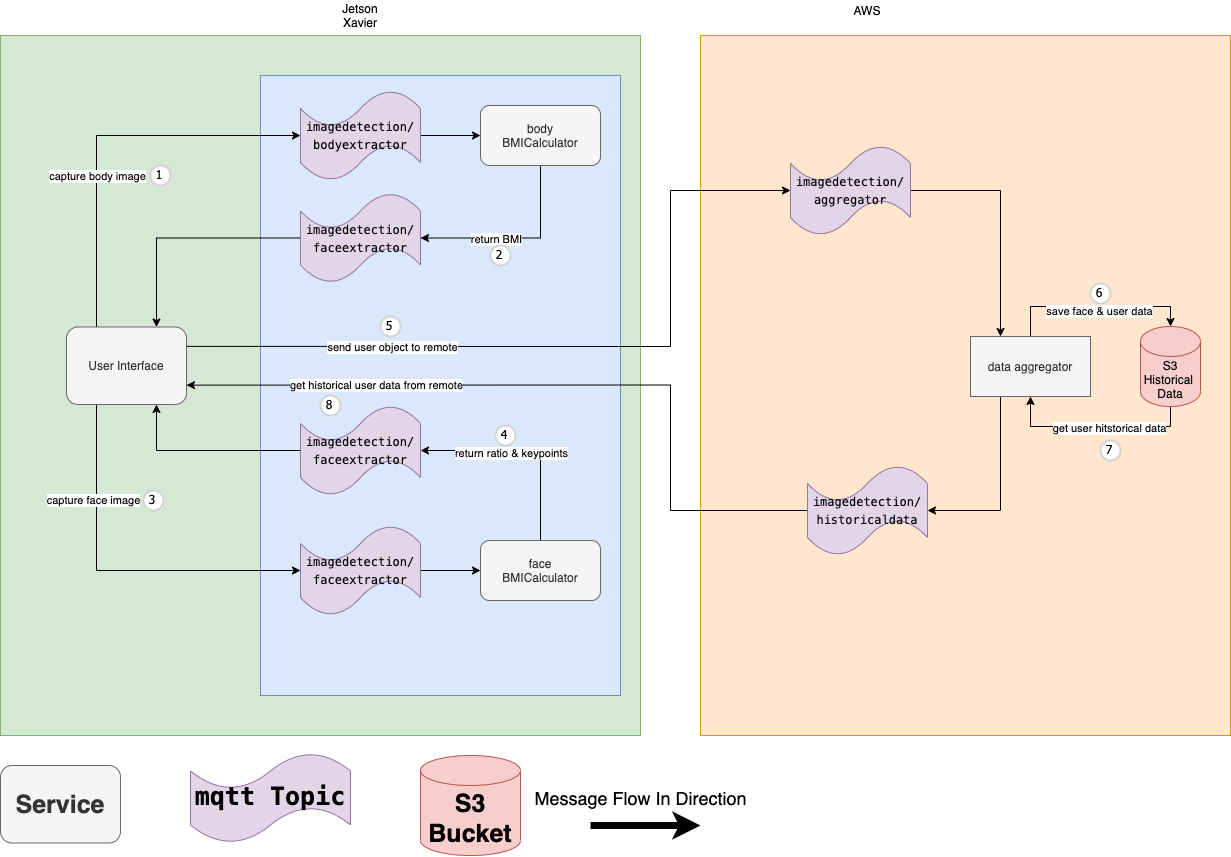
This is project_onboard/archtecture-digram.png from jheissb/W251---Final-project-Weight-watchers, a draw.io export, as it was before one commit. Source tidied: cells renumbered, new cells last; positions are measured from the earlier drawing's top-left corner, leaving out a move shared by most shapes.
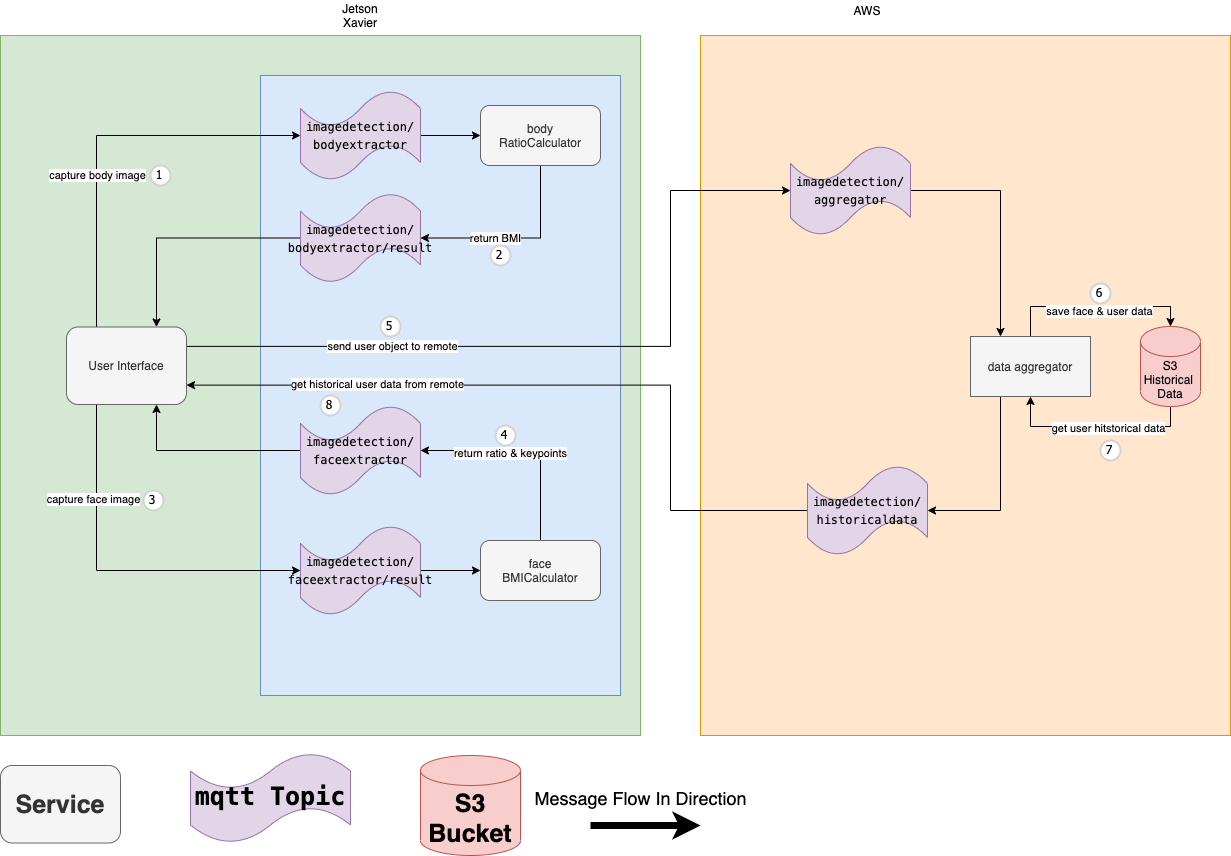
The same diagram one commit later.

Commit message:
update architecture diagram

Change to the diagram source:
```diff
@@ -51,7 +51,7 @@
     <mxCell id="15" value="return BMI" style="edgeLabel;html=1;align=center;verticalAlign=middle;" parent="14" vertex="1">
       <mxGeometry x="0.22" relative="1" as="geometry" />
     </mxCell>
-    <mxCell id="16" value="body&lt;br&gt;BMICalculator" style="rounded=1;whiteSpace=wrap;html=1;fillColor=#f5f5f5;strokeColor=#666666;fontColor=#333333;" parent="1" vertex="1">
+    <mxCell id="16" value="body&lt;br&gt;RatioCalculator" style="rounded=1;whiteSpace=wrap;html=1;fillColor=#f5f5f5;strokeColor=#666666;fontColor=#333333;" parent="1" vertex="1">
       <mxGeometry x="480" y="105" width="120" height="60" as="geometry" />
     </mxCell>
     <mxCell id="17" style="edgeStyle=orthogonalEdgeStyle;rounded=0;jettySize=auto;html=1;exitX=0.5;exitY=0;exitDx=0;exitDy=0;entryX=1;entryY=0.5;entryDx=0;entryDy=0;entryPerimeter=0;" parent="1" edge="1" source="19" target="37">
@@ -86,7 +86,7 @@
     <mxCell id="26" style="edgeStyle=orthogonalEdgeStyle;rounded=0;jettySize=auto;html=1;exitX=1;exitY=0.5;exitDx=0;exitDy=0;exitPerimeter=0;entryX=0;entryY=0.5;entryDx=0;entryDy=0;" parent="1" edge="1" source="27" target="19">
       <mxGeometry relative="1" as="geometry" />
     </mxCell>
-    <mxCell id="27" value="&lt;div style=&quot;font-family: &amp;#34;menlo&amp;#34; , &amp;#34;monaco&amp;#34; , &amp;#34;courier new&amp;#34; , monospace ; line-height: 18px&quot;&gt;imagedetection/&lt;/div&gt;&lt;div style=&quot;font-family: &amp;#34;menlo&amp;#34; , &amp;#34;monaco&amp;#34; , &amp;#34;courier new&amp;#34; , monospace ; line-height: 18px&quot;&gt;faceextractor&lt;/div&gt;" style="shape=tape;whiteSpace=wrap;html=1;fillColor=#e1d5e7;strokeColor=#9673a6;" parent="1" vertex="1">
+    <mxCell id="27" value="&lt;div style=&quot;font-family: &amp;#34;menlo&amp;#34; , &amp;#34;monaco&amp;#34; , &amp;#34;courier new&amp;#34; , monospace ; line-height: 18px&quot;&gt;imagedetection/&lt;/div&gt;&lt;div style=&quot;font-family: &amp;#34;menlo&amp;#34; , &amp;#34;monaco&amp;#34; , &amp;#34;courier new&amp;#34; , monospace ; line-height: 18px&quot;&gt;faceextractor/result&lt;/div&gt;" style="shape=tape;whiteSpace=wrap;html=1;fillColor=#e1d5e7;strokeColor=#9673a6;" parent="1" vertex="1">
       <mxGeometry x="300" y="525" width="120" height="90" as="geometry" />
     </mxCell>
     <mxCell id="28" style="edgeStyle=orthogonalEdgeStyle;rounded=0;jettySize=auto;html=1;exitX=1;exitY=0.5;exitDx=0;exitDy=0;exitPerimeter=0;entryX=0.25;entryY=0;entryDx=0;entryDy=0;" parent="1" edge="1" source="29" target="23">
@@ -127,7 +127,7 @@
     <mxCell id="38" style="edgeStyle=orthogonalEdgeStyle;rounded=0;jettySize=auto;html=1;exitX=0;exitY=0.5;exitDx=0;exitDy=0;exitPerimeter=0;entryX=0.75;entryY=0;entryDx=0;entryDy=0;" parent="1" edge="1" source="39" target="13">
       <mxGeometry relative="1" as="geometry" />
     </mxCell>
-    <mxCell id="39" value="&lt;div style=&quot;font-family: &amp;#34;menlo&amp;#34; , &amp;#34;monaco&amp;#34; , &amp;#34;courier new&amp;#34; , monospace ; line-height: 18px&quot;&gt;imagedetection/&lt;/div&gt;&lt;div style=&quot;font-family: &amp;#34;menlo&amp;#34; , &amp;#34;monaco&amp;#34; , &amp;#34;courier new&amp;#34; , monospace ; line-height: 18px&quot;&gt;faceextractor&lt;/div&gt;" style="shape=tape;whiteSpace=wrap;html=1;fillColor=#e1d5e7;strokeColor=#9673a6;" parent="1" vertex="1">
+    <mxCell id="39" value="&lt;div style=&quot;font-family: &amp;#34;menlo&amp;#34; , &amp;#34;monaco&amp;#34; , &amp;#34;courier new&amp;#34; , monospace ; line-height: 18px&quot;&gt;imagedetection/&lt;/div&gt;&lt;div style=&quot;font-family: &amp;#34;menlo&amp;#34; , &amp;#34;monaco&amp;#34; , &amp;#34;courier new&amp;#34; , monospace ; line-height: 18px&quot;&gt;bodyextractor/result&lt;br&gt;&lt;/div&gt;" style="shape=tape;whiteSpace=wrap;html=1;fillColor=#e1d5e7;strokeColor=#9673a6;" parent="1" vertex="1">
       <mxGeometry x="300" y="192.5" width="120" height="90" as="geometry" />
     </mxCell>
     <mxCell id="40" value="1" style="ellipse;whiteSpace=wrap;html=1;strokeWidth=2;fontFamily=Tahoma;spacingBottom=4;spacingRight=2;strokeColor=#d3d3d3;" parent="1" vertex="1">
```
